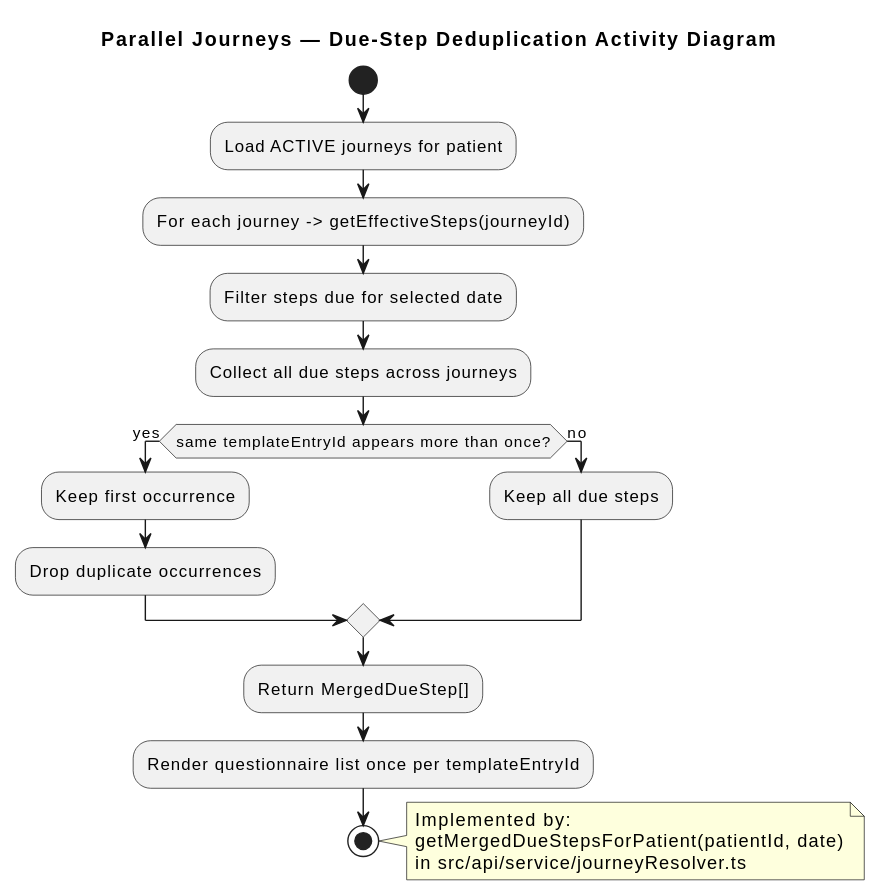
Before: docs/diagrams/journey-deduplication-flow.svg, a diagram exported from PlantUML (gforge/DUK). Its diagram source:
```plantuml
@startuml
title Parallel Journeys — Due-Step Deduplication Activity Diagram

start
:Load ACTIVE journeys for patient;
:For each journey -> getEffectiveSteps(journeyId);
:Filter steps due for selected date;
:Collect all due steps across journeys;

if (same templateEntryId appears more than once?) then (yes)
  :Keep first occurrence;
  :Drop duplicate occurrences;
else (no)
  :Keep all due steps;
endif

:Return MergedDueStep[];
:Render questionnaire list once per templateEntryId;
stop

note right
  Implemented by:
  getMergedDueStepsForPatient(patientId, date)
  in src/api/service/journeyResolver.ts
end note
@enduml
```
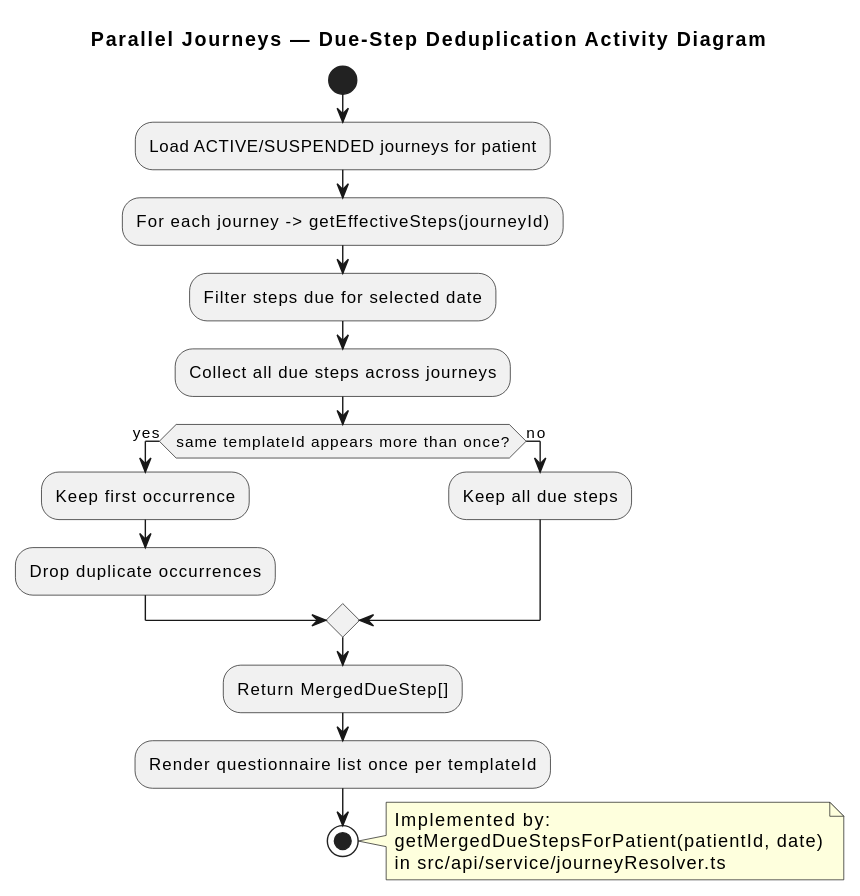
Above is the later version.

Change to the diagram source:
```diff
@@ -2,12 +2,12 @@
 title Parallel Journeys — Due-Step Deduplication Activity Diagram
 
 start
-:Load ACTIVE journeys for patient;
+:Load ACTIVE/SUSPENDED journeys for patient;
 :For each journey -> getEffectiveSteps(journeyId);
 :Filter steps due for selected date;
 :Collect all due steps across journeys;
 
-if (same templateEntryId appears more than once?) then (yes)
+if (same templateId appears more than once?) then (yes)
   :Keep first occurrence;
   :Drop duplicate occurrences;
 else (no)
@@ -15,7 +15,7 @@
 endif
 
 :Return MergedDueStep[];
-:Render questionnaire list once per templateEntryId;
+:Render questionnaire list once per templateId;
 stop
 
 note right
```
